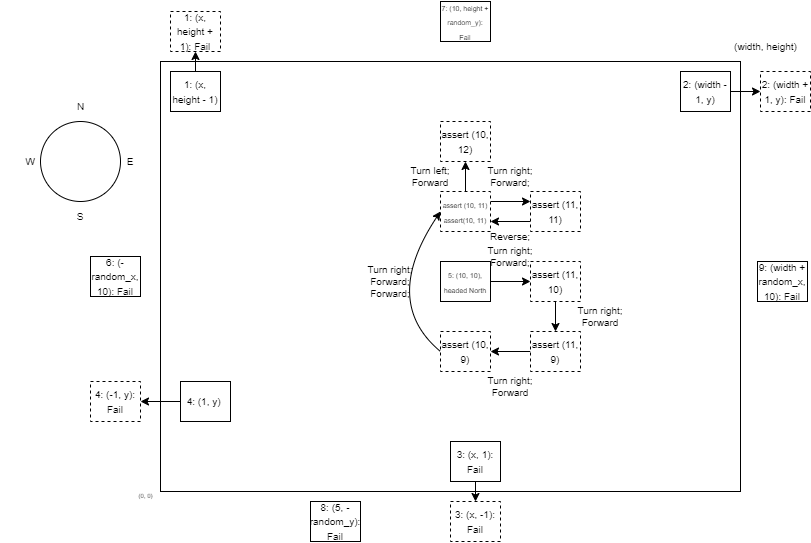
This is imgs/Test scenarios.png from JoohanBengtsson/Car-simulator, a draw.io export, as it was before one commit. Source tidied: cells renumbered, new cells last; positions are measured from the earlier drawing's top-left corner, leaving out a move shared by most shapes. Its diagram source:
```xml
<mxGraphModel>
  <root>
    <mxCell id="0" />
    <mxCell id="1" parent="0" />
    <mxCell id="2" style="rounded=0;whiteSpace=wrap;html=1;" parent="1" vertex="1">
      <mxGeometry x="160" y="60" width="580" height="430" as="geometry" />
    </mxCell>
    <mxCell id="3" style="edgeStyle=orthogonalEdgeStyle;rounded=0;jettySize=auto;html=1;exitX=0.5;exitY=0;exitDx=0;exitDy=0;entryX=0.5;entryY=1;entryDx=0;entryDy=0;fontSize=6;" parent="1" edge="1" source="4" target="5">
      <mxGeometry relative="1" as="geometry" />
    </mxCell>
    <mxCell id="4" value="&lt;font style=&quot;font-size: 10px&quot;&gt;1: (x, height - 1)&lt;/font&gt;" style="rounded=0;whiteSpace=wrap;html=1;" parent="1" vertex="1">
      <mxGeometry x="170" y="70" width="50" height="40" as="geometry" />
    </mxCell>
    <mxCell id="5" value="&lt;font style=&quot;font-size: 10px&quot;&gt;1: (x, height + 1): Fail&lt;/font&gt;" style="rounded=0;whiteSpace=wrap;html=1;dashed=1;" parent="1" vertex="1">
      <mxGeometry x="170" y="10" width="50" height="40" as="geometry" />
    </mxCell>
    <mxCell id="6" style="edgeStyle=orthogonalEdgeStyle;rounded=0;jettySize=auto;html=1;exitX=1;exitY=0.5;exitDx=0;exitDy=0;entryX=0;entryY=0.5;entryDx=0;entryDy=0;fontSize=6;" parent="1" edge="1" source="7" target="8">
      <mxGeometry relative="1" as="geometry" />
    </mxCell>
    <mxCell id="7" value="&lt;font style=&quot;font-size: 10px&quot;&gt;2: (width - 1, y)&lt;/font&gt;" style="rounded=0;whiteSpace=wrap;html=1;" parent="1" vertex="1">
      <mxGeometry x="680" y="70" width="50" height="40" as="geometry" />
    </mxCell>
    <mxCell id="8" value="&lt;font style=&quot;font-size: 10px&quot;&gt;2: (width + 1, y): Fail&lt;/font&gt;" style="rounded=0;whiteSpace=wrap;html=1;dashed=1;" parent="1" vertex="1">
      <mxGeometry x="760" y="70" width="50" height="40" as="geometry" />
    </mxCell>
    <mxCell id="9" style="edgeStyle=orthogonalEdgeStyle;rounded=0;jettySize=auto;html=1;exitX=0.5;exitY=1;exitDx=0;exitDy=0;entryX=0.5;entryY=0;entryDx=0;entryDy=0;fontSize=6;" parent="1" edge="1" source="10" target="11">
      <mxGeometry relative="1" as="geometry" />
    </mxCell>
    <mxCell id="10" value="&lt;font style=&quot;font-size: 10px&quot;&gt;3: (x, 1): Fail&lt;/font&gt;" style="rounded=0;whiteSpace=wrap;html=1;" parent="1" vertex="1">
      <mxGeometry x="450" y="440" width="50" height="40" as="geometry" />
    </mxCell>
    <mxCell id="11" value="&lt;font style=&quot;font-size: 10px&quot;&gt;3: (x, -1): Fail&lt;/font&gt;" style="rounded=0;whiteSpace=wrap;html=1;dashed=1;" parent="1" vertex="1">
      <mxGeometry x="450" y="500" width="50" height="40" as="geometry" />
    </mxCell>
    <mxCell id="12" style="edgeStyle=orthogonalEdgeStyle;rounded=0;jettySize=auto;html=1;exitX=0;exitY=0.5;exitDx=0;exitDy=0;entryX=1;entryY=0.5;entryDx=0;entryDy=0;fontSize=10;" parent="1" edge="1" source="13" target="14">
      <mxGeometry relative="1" as="geometry" />
    </mxCell>
    <mxCell id="13" value="&lt;font style=&quot;font-size: 10px&quot;&gt;4: (1, y)&amp;nbsp;&lt;/font&gt;" style="rounded=0;whiteSpace=wrap;html=1;" parent="1" vertex="1">
      <mxGeometry x="180" y="380" width="50" height="40" as="geometry" />
    </mxCell>
    <mxCell id="14" value="&lt;font style=&quot;font-size: 10px&quot;&gt;4: (-1, y): Fail&lt;/font&gt;" style="rounded=0;whiteSpace=wrap;html=1;dashed=1;" parent="1" vertex="1">
      <mxGeometry x="90" y="380" width="50" height="40" as="geometry" />
    </mxCell>
    <mxCell id="15" style="edgeStyle=orthogonalEdgeStyle;rounded=0;jettySize=auto;html=1;exitX=1;exitY=0.5;exitDx=0;exitDy=0;entryX=0;entryY=0.5;entryDx=0;entryDy=0;fontSize=6;" parent="1" edge="1" source="16" target="18">
      <mxGeometry relative="1" as="geometry" />
    </mxCell>
    <mxCell id="16" value="&lt;font style=&quot;font-size: 7px&quot;&gt;5: (10, 10), headed North&lt;/font&gt;" style="rounded=0;whiteSpace=wrap;html=1;" parent="1" vertex="1">
      <mxGeometry x="440" y="260" width="50" height="40" as="geometry" />
    </mxCell>
    <mxCell id="17" style="edgeStyle=orthogonalEdgeStyle;rounded=0;jettySize=auto;html=1;exitX=0.5;exitY=1;exitDx=0;exitDy=0;entryX=0.5;entryY=0;entryDx=0;entryDy=0;fontSize=6;" parent="1" edge="1" source="18" target="21">
      <mxGeometry relative="1" as="geometry" />
    </mxCell>
    <mxCell id="18" value="&lt;font style=&quot;font-size: 10px&quot;&gt;assert (11, 10)&lt;/font&gt;" style="rounded=0;whiteSpace=wrap;html=1;dashed=1;" parent="1" vertex="1">
      <mxGeometry x="530" y="260" width="50" height="40" as="geometry" />
    </mxCell>
    <mxCell id="19" value="&lt;font style=&quot;font-size: 10px&quot;&gt;Turn right;&lt;br&gt;Forward;&lt;/font&gt;" style="text;html=1;strokeColor=none;fillColor=none;align=center;verticalAlign=middle;whiteSpace=wrap;rounded=0;dashed=1;fontSize=6;" parent="1" vertex="1">
      <mxGeometry x="480" y="240" width="60" height="30" as="geometry" />
    </mxCell>
    <mxCell id="20" style="edgeStyle=orthogonalEdgeStyle;rounded=0;jettySize=auto;html=1;exitX=0;exitY=0.5;exitDx=0;exitDy=0;entryX=1;entryY=0.5;entryDx=0;entryDy=0;fontSize=6;" parent="1" edge="1" source="21" target="23">
      <mxGeometry relative="1" as="geometry" />
    </mxCell>
    <mxCell id="21" value="&lt;font style=&quot;font-size: 10px&quot;&gt;assert (11, 9)&lt;/font&gt;" style="rounded=0;whiteSpace=wrap;html=1;dashed=1;" parent="1" vertex="1">
      <mxGeometry x="530" y="330" width="50" height="40" as="geometry" />
    </mxCell>
    <mxCell id="22" value="&lt;font style=&quot;font-size: 10px&quot;&gt;Turn right;&lt;br&gt;Forward&lt;/font&gt;" style="text;html=1;strokeColor=none;fillColor=none;align=center;verticalAlign=middle;whiteSpace=wrap;rounded=0;dashed=1;fontSize=6;" parent="1" vertex="1">
      <mxGeometry x="570" y="300" width="60" height="30" as="geometry" />
    </mxCell>
    <mxCell id="23" value="&lt;font style=&quot;font-size: 10px&quot;&gt;assert (10, 9)&lt;/font&gt;" style="rounded=0;whiteSpace=wrap;html=1;dashed=1;" parent="1" vertex="1">
      <mxGeometry x="440" y="330" width="50" height="40" as="geometry" />
    </mxCell>
    <mxCell id="24" value="&lt;font style=&quot;font-size: 10px&quot;&gt;Turn right;&lt;br&gt;Forward&lt;/font&gt;" style="text;html=1;strokeColor=none;fillColor=none;align=center;verticalAlign=middle;whiteSpace=wrap;rounded=0;dashed=1;fontSize=6;" parent="1" vertex="1">
      <mxGeometry x="480" y="370" width="60" height="30" as="geometry" />
    </mxCell>
    <mxCell id="25" value="&lt;font style=&quot;font-size: 10px&quot;&gt;Turn right;&lt;br&gt;Forward;&lt;br&gt;Forward;&lt;/font&gt;" style="text;html=1;strokeColor=none;fillColor=none;align=center;verticalAlign=middle;whiteSpace=wrap;rounded=0;dashed=1;fontSize=6;" parent="1" vertex="1">
      <mxGeometry x="360" y="265" width="60" height="30" as="geometry" />
    </mxCell>
    <mxCell id="26" style="edgeStyle=orthogonalEdgeStyle;rounded=0;jettySize=auto;html=1;exitX=1;exitY=0.25;exitDx=0;exitDy=0;entryX=0;entryY=0.25;entryDx=0;entryDy=0;fontSize=6;" parent="1" edge="1" source="28" target="31">
      <mxGeometry relative="1" as="geometry" />
    </mxCell>
    <mxCell id="27" style="edgeStyle=orthogonalEdgeStyle;rounded=0;jettySize=auto;html=1;exitX=0.5;exitY=0;exitDx=0;exitDy=0;entryX=0.5;entryY=1;entryDx=0;entryDy=0;fontSize=6;" parent="1" edge="1" source="28" target="34">
      <mxGeometry relative="1" as="geometry" />
    </mxCell>
    <mxCell id="28" value="&lt;font style=&quot;font-size: 7px&quot;&gt;assert (10, 11)&lt;br&gt;assert(10, 11)&lt;br&gt;&lt;/font&gt;" style="rounded=0;whiteSpace=wrap;html=1;dashed=1;" parent="1" vertex="1">
      <mxGeometry x="440" y="190" width="50" height="40" as="geometry" />
    </mxCell>
    <mxCell id="29" style="curved=1;endArrow=classic;html=1;rounded=0;fontSize=6;exitX=0;exitY=0.5;exitDx=0;exitDy=0;entryX=0;entryY=0.5;entryDx=0;entryDy=0;" parent="1" edge="1" source="23" target="28">
      <mxGeometry relative="1" as="geometry">
        <Array as="points">
          <mxPoint x="380" y="300" />
        </Array>
      </mxGeometry>
    </mxCell>
    <mxCell id="30" style="edgeStyle=orthogonalEdgeStyle;rounded=0;jettySize=auto;html=1;exitX=0;exitY=0.75;exitDx=0;exitDy=0;entryX=1;entryY=0.75;entryDx=0;entryDy=0;fontSize=6;" parent="1" edge="1" source="31" target="28">
      <mxGeometry relative="1" as="geometry" />
    </mxCell>
    <mxCell id="31" value="&lt;font style=&quot;font-size: 10px&quot;&gt;assert (11, 11)&lt;/font&gt;" style="rounded=0;whiteSpace=wrap;html=1;dashed=1;" parent="1" vertex="1">
      <mxGeometry x="530" y="190" width="50" height="40" as="geometry" />
    </mxCell>
    <mxCell id="32" value="&lt;font style=&quot;font-size: 10px&quot;&gt;Turn right;&lt;br&gt;Forward;&lt;/font&gt;" style="text;html=1;strokeColor=none;fillColor=none;align=center;verticalAlign=middle;whiteSpace=wrap;rounded=0;dashed=1;fontSize=6;" parent="1" vertex="1">
      <mxGeometry x="480" y="160" width="60" height="30" as="geometry" />
    </mxCell>
    <mxCell id="33" value="&lt;font style=&quot;font-size: 10px&quot;&gt;Reverse;&lt;/font&gt;" style="text;html=1;strokeColor=none;fillColor=none;align=center;verticalAlign=middle;whiteSpace=wrap;rounded=0;dashed=1;fontSize=6;" parent="1" vertex="1">
      <mxGeometry x="480" y="220" width="60" height="30" as="geometry" />
    </mxCell>
    <mxCell id="34" value="&lt;font style=&quot;font-size: 10px&quot;&gt;assert (10, 12)&lt;/font&gt;" style="rounded=0;whiteSpace=wrap;html=1;dashed=1;" parent="1" vertex="1">
      <mxGeometry x="440" y="120" width="50" height="40" as="geometry" />
    </mxCell>
    <mxCell id="35" value="&lt;font style=&quot;font-size: 10px&quot;&gt;Turn left;&lt;br&gt;Forward&lt;/font&gt;" style="text;html=1;strokeColor=none;fillColor=none;align=center;verticalAlign=middle;whiteSpace=wrap;rounded=0;dashed=1;fontSize=6;" parent="1" vertex="1">
      <mxGeometry x="400" y="160" width="60" height="30" as="geometry" />
    </mxCell>
    <mxCell id="36" style="ellipse;whiteSpace=wrap;html=1;fontSize=6;" parent="1" vertex="1">
      <mxGeometry x="40" y="120" width="80" height="80" as="geometry" />
    </mxCell>
    <mxCell id="37" value="N" style="text;html=1;align=center;verticalAlign=middle;strokeColor=none;fillColor=none;fontSize=10;" parent="1" vertex="1">
      <mxGeometry x="70" y="95" width="20" height="20" as="geometry" />
    </mxCell>
    <mxCell id="38" value="E" style="text;html=1;strokeColor=none;fillColor=none;align=center;verticalAlign=middle;whiteSpace=wrap;rounded=0;fontSize=10;" parent="1" vertex="1">
      <mxGeometry x="100" y="145" width="60" height="30" as="geometry" />
    </mxCell>
    <mxCell id="39" value="S" style="text;html=1;strokeColor=none;fillColor=none;align=center;verticalAlign=middle;whiteSpace=wrap;rounded=0;fontSize=10;" parent="1" vertex="1">
      <mxGeometry x="50" y="200" width="60" height="30" as="geometry" />
    </mxCell>
    <mxCell id="40" value="W" style="text;html=1;strokeColor=none;fillColor=none;align=center;verticalAlign=middle;whiteSpace=wrap;rounded=0;fontSize=10;" parent="1" vertex="1">
      <mxGeometry y="145" width="60" height="30" as="geometry" />
    </mxCell>
    <mxCell id="41" value="(0, 0)" style="text;html=1;align=center;verticalAlign=middle;strokeColor=none;fillColor=none;fontSize=6;" parent="1" vertex="1">
      <mxGeometry x="130" y="490" width="30" height="10" as="geometry" />
    </mxCell>
    <mxCell id="42" value="&lt;font style=&quot;font-size: 10px&quot;&gt;(width, height)&lt;/font&gt;" style="text;html=1;align=center;verticalAlign=middle;strokeColor=none;fillColor=none;fontSize=6;" parent="1" vertex="1">
      <mxGeometry x="725" y="40" width="80" height="10" as="geometry" />
    </mxCell>
    <mxCell id="43" value="&lt;font style=&quot;font-size: 10px&quot;&gt;6: (-random_x, 10): Fail&lt;/font&gt;" style="rounded=0;whiteSpace=wrap;html=1;" parent="1" vertex="1">
      <mxGeometry x="90" y="255" width="50" height="40" as="geometry" />
    </mxCell>
    <mxCell id="44" value="&lt;font style=&quot;font-size: 7px&quot;&gt;7: (10, height + random_y): Fail&lt;/font&gt;" style="rounded=0;whiteSpace=wrap;html=1;" parent="1" vertex="1">
      <mxGeometry x="440" width="50" height="40" as="geometry" />
    </mxCell>
    <mxCell id="45" value="&lt;font style=&quot;font-size: 10px&quot;&gt;8: (5, -random_y): Fail&lt;/font&gt;" style="rounded=0;whiteSpace=wrap;html=1;" parent="1" vertex="1">
      <mxGeometry x="310" y="500" width="50" height="40" as="geometry" />
    </mxCell>
    <mxCell id="46" value="&lt;font style=&quot;font-size: 10px&quot;&gt;9: (width + random_x, 10): Fail&lt;/font&gt;" style="rounded=0;whiteSpace=wrap;html=1;" parent="1" vertex="1">
      <mxGeometry x="757" y="260" width="50" height="40" as="geometry" />
    </mxCell>
  </root>
</mxGraphModel>
```
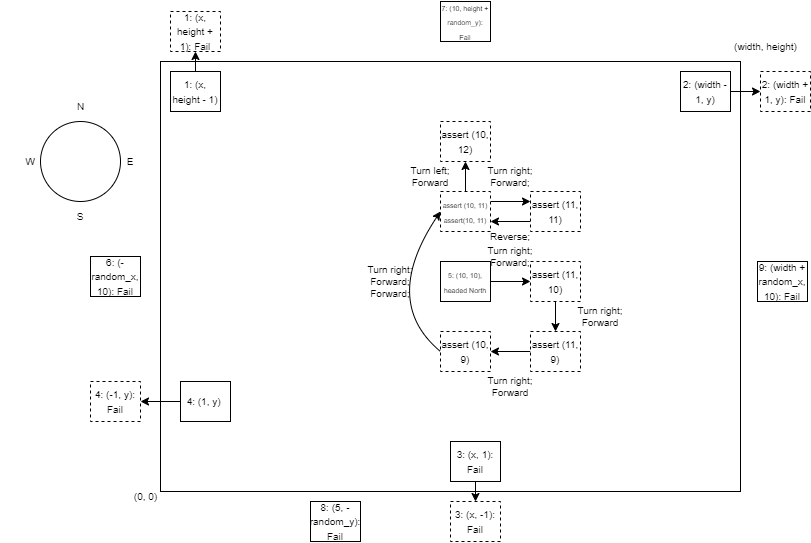
Above is the later version.

The edit, as a diff of the source:
```diff
@@ -123,8 +123,8 @@
     <mxCell id="40" value="W" style="text;html=1;strokeColor=none;fillColor=none;align=center;verticalAlign=middle;whiteSpace=wrap;rounded=0;fontSize=10;" parent="1" vertex="1">
       <mxGeometry y="145" width="60" height="30" as="geometry" />
     </mxCell>
-    <mxCell id="41" value="(0, 0)" style="text;html=1;align=center;verticalAlign=middle;strokeColor=none;fillColor=none;fontSize=6;" parent="1" vertex="1">
-      <mxGeometry x="130" y="490" width="30" height="10" as="geometry" />
+    <mxCell id="41" value="&lt;font style=&quot;font-size: 10px&quot;&gt;(0, 0)&lt;/font&gt;" style="text;html=1;align=center;verticalAlign=middle;strokeColor=none;fillColor=none;fontSize=6;" parent="1" vertex="1">
+      <mxGeometry x="125" y="490" width="40" height="10" as="geometry" />
     </mxCell>
     <mxCell id="42" value="&lt;font style=&quot;font-size: 10px&quot;&gt;(width, height)&lt;/font&gt;" style="text;html=1;align=center;verticalAlign=middle;strokeColor=none;fillColor=none;fontSize=6;" parent="1" vertex="1">
       <mxGeometry x="725" y="40" width="80" height="10" as="geometry" />
```
